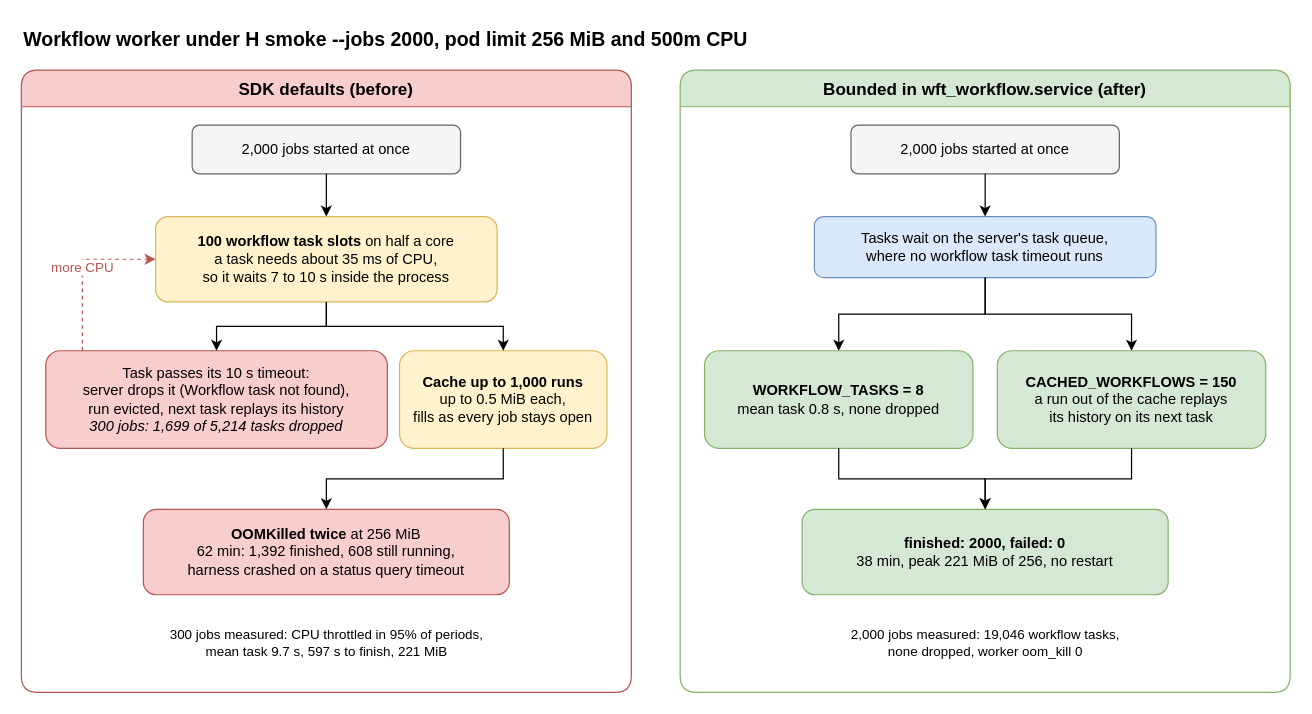
AndoNorth/disyard keeps this draw.io diagram as deploy/workflow/worker-bounds.drawio. Above is the earlier version. Source tidied: cells renumbered, new cells numbered last; positions are measured from the earlier drawing's top-left corner, leaving out a move shared by most shapes. Both pictures are drawn from the tidied source at 122%, with x=0, y=0 at pixel (21, 21).
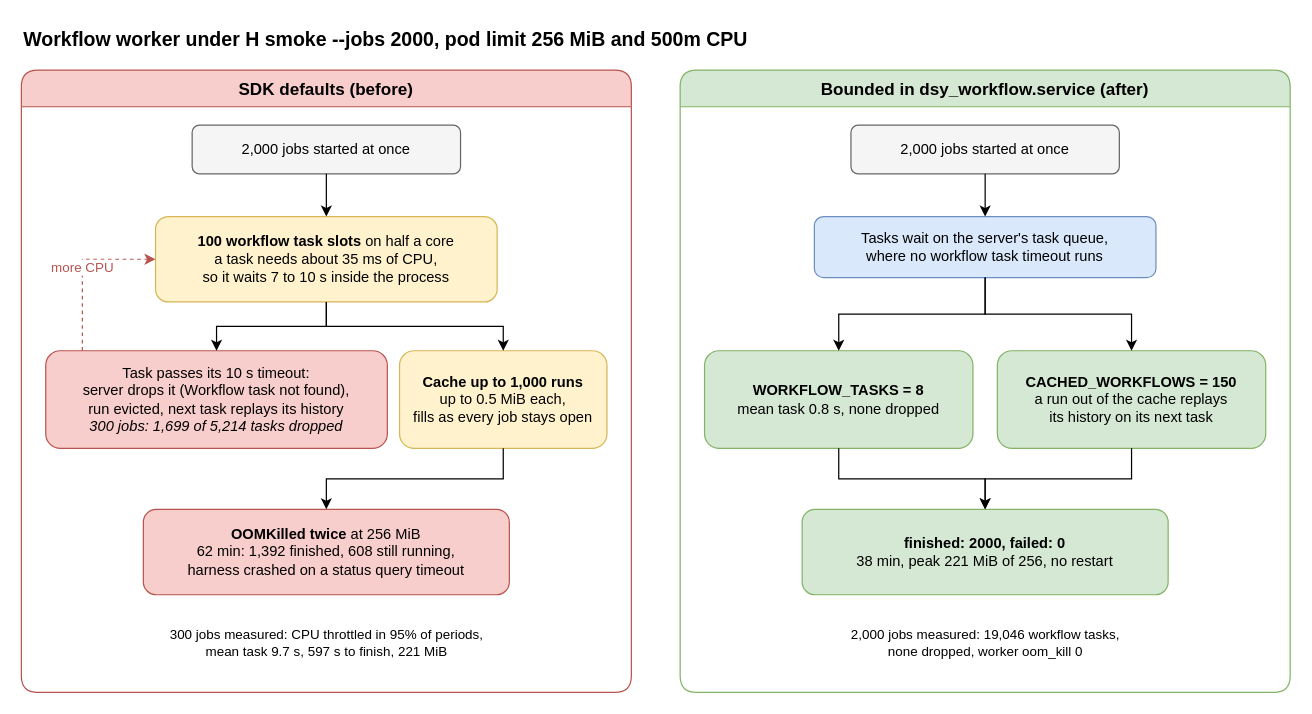
The same page after the edit.

Diff of the diagram source:
```diff
@@
-    <mxCell id="15" value="Bounded in wft_workflow.service (after)" style="swimlane;startSize=30;fillColor=#d5e8d4;strokeColor=#82b366;fontStyle=1;fontSize=14;rounded=1;" parent="1" vertex="1">
+    <mxCell id="15" value="Bounded in dsy_workflow.service (after)" style="swimlane;startSize=30;fillColor=#d5e8d4;strokeColor=#82b366;fontStyle=1;fontSize=14;rounded=1;" parent="1" vertex="1">
       <mxGeometry x="540" y="40" width="500" height="510" as="geometry" />
     </mxCell>
```
